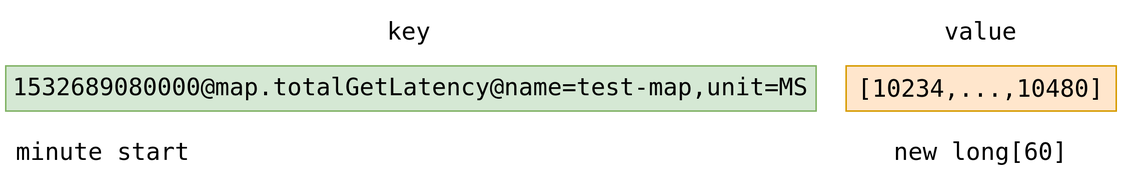
puzpuzpuz/talks keeps this draw.io diagram as 2020-en-embedded-time-series-storage/slides/images/bucketed-key-value-layout.png. Above is the earlier version. Source tidied: cells renumbered, new cells last; positions are measured from the earlier drawing's top-left corner, leaving out a move shared by most shapes. The source it was exported from:
```xml
<mxGraphModel>
  <root>
    <mxCell id="0" />
    <mxCell id="1" parent="0" />
    <mxCell id="2" value="&lt;div style=&quot;line-height: 22px&quot;&gt;&lt;div&gt;&lt;span style=&quot;font-size: 16px&quot;&gt;&lt;font face=&quot;droid sans mono, monospace, monospace, droid sans fallback&quot;&gt;1532689080000&lt;/font&gt;&lt;/span&gt;&lt;span style=&quot;font-family: &amp;#34;droid sans mono&amp;#34; , monospace , monospace , &amp;#34;droid sans fallback&amp;#34; ; font-size: 16px ; font-weight: normal&quot;&gt;@&lt;/span&gt;&lt;span style=&quot;font-family: &amp;#34;droid sans mono&amp;#34; , monospace , monospace , &amp;#34;droid sans fallback&amp;#34; ; font-size: 16px ; font-weight: normal&quot;&gt;map.totalGetLatency@&lt;/span&gt;&lt;span style=&quot;font-family: &amp;#34;droid sans mono&amp;#34; , monospace , monospace , &amp;#34;droid sans fallback&amp;#34; ; font-size: 16px ; font-weight: normal&quot;&gt;name=test-map,unit=MS&lt;/span&gt;&lt;/div&gt;&lt;/div&gt;" style="text;whiteSpace=wrap;html=1;align=center;fillColor=#d5e8d4;strokeColor=#82b366;verticalAlign=middle;" parent="1" vertex="1">
      <mxGeometry y="40" width="540" height="30" as="geometry" />
    </mxCell>
    <mxCell id="3" value="&lt;font face=&quot;droid sans mono, monospace, monospace, droid sans fallback&quot;&gt;&lt;span style=&quot;font-size: 16px&quot;&gt;[10234,...,10480]&lt;/span&gt;&lt;/font&gt;" style="text;align=center;fillColor=#ffe6cc;strokeColor=#d79b00;verticalAlign=middle;whiteSpace=wrap;html=1;fontSize=12;" parent="1" vertex="1">
      <mxGeometry x="560" y="40" width="180" height="30" as="geometry" />
    </mxCell>
    <mxCell id="4" value="&lt;div style=&quot;font-family: &amp;#34;droid sans mono&amp;#34; , monospace , monospace , &amp;#34;droid sans fallback&amp;#34; ; font-weight: normal ; font-size: 16px ; line-height: 22px&quot;&gt;&lt;div&gt;&lt;span&gt;key&lt;/span&gt;&lt;/div&gt;&lt;/div&gt;" style="text;whiteSpace=wrap;html=1;align=center;" parent="1" vertex="1">
      <mxGeometry width="538" height="40" as="geometry" />
    </mxCell>
    <mxCell id="5" value="&lt;div style=&quot;font-family: &amp;#34;droid sans mono&amp;#34; , monospace , monospace , &amp;#34;droid sans fallback&amp;#34; ; font-weight: normal ; font-size: 16px ; line-height: 22px&quot;&gt;&lt;div&gt;&lt;span&gt;value&lt;/span&gt;&lt;/div&gt;&lt;/div&gt;" style="text;whiteSpace=wrap;html=1;align=center;" parent="1" vertex="1">
      <mxGeometry x="560" width="180" height="40" as="geometry" />
    </mxCell>
    <mxCell id="6" value="&lt;div style=&quot;font-family: &amp;#34;droid sans mono&amp;#34; , monospace , monospace , &amp;#34;droid sans fallback&amp;#34; ; font-weight: normal ; font-size: 16px ; line-height: 22px&quot;&gt;&lt;div&gt;&lt;span&gt;minute start&lt;/span&gt;&lt;/div&gt;&lt;/div&gt;" style="text;whiteSpace=wrap;html=1;align=center;" parent="1" vertex="1">
      <mxGeometry y="80" width="130" height="40" as="geometry" />
    </mxCell>
    <mxCell id="7" value="&lt;div style=&quot;font-family: &amp;#34;droid sans mono&amp;#34; , monospace , monospace , &amp;#34;droid sans fallback&amp;#34; ; font-weight: normal ; font-size: 16px ; line-height: 22px&quot;&gt;&lt;div&gt;&lt;span&gt;new long[60]&lt;/span&gt;&lt;/div&gt;&lt;/div&gt;" style="text;whiteSpace=wrap;html=1;align=center;" parent="1" vertex="1">
      <mxGeometry x="560" y="80" width="180" height="40" as="geometry" />
    </mxCell>
  </root>
</mxGraphModel>
```
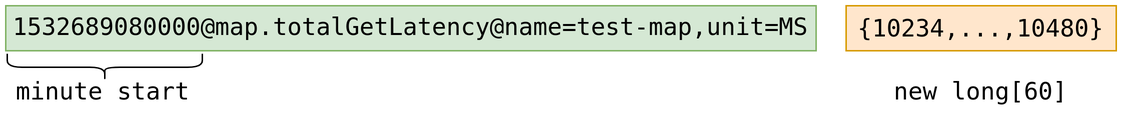
After the commit.

Change to the diagram source:
```diff
@@ -3,22 +3,19 @@
     <mxCell id="0" />
     <mxCell id="1" parent="0" />
     <mxCell id="2" value="&lt;div style=&quot;line-height: 22px&quot;&gt;&lt;div&gt;&lt;span style=&quot;font-size: 16px&quot;&gt;&lt;font face=&quot;droid sans mono, monospace, monospace, droid sans fallback&quot;&gt;1532689080000&lt;/font&gt;&lt;/span&gt;&lt;span style=&quot;font-family: &amp;#34;droid sans mono&amp;#34; , monospace , monospace , &amp;#34;droid sans fallback&amp;#34; ; font-size: 16px ; font-weight: normal&quot;&gt;@&lt;/span&gt;&lt;span style=&quot;font-family: &amp;#34;droid sans mono&amp;#34; , monospace , monospace , &amp;#34;droid sans fallback&amp;#34; ; font-size: 16px ; font-weight: normal&quot;&gt;map.totalGetLatency@&lt;/span&gt;&lt;span style=&quot;font-family: &amp;#34;droid sans mono&amp;#34; , monospace , monospace , &amp;#34;droid sans fallback&amp;#34; ; font-size: 16px ; font-weight: normal&quot;&gt;name=test-map,unit=MS&lt;/span&gt;&lt;/div&gt;&lt;/div&gt;" style="text;whiteSpace=wrap;html=1;align=center;fillColor=#d5e8d4;strokeColor=#82b366;verticalAlign=middle;" parent="1" vertex="1">
-      <mxGeometry y="40" width="540" height="30" as="geometry" />
+      <mxGeometry x="-35" y="-430" width="540" height="30" as="geometry" />
     </mxCell>
-    <mxCell id="3" value="&lt;font face=&quot;droid sans mono, monospace, monospace, droid sans fallback&quot;&gt;&lt;span style=&quot;font-size: 16px&quot;&gt;[10234,...,10480]&lt;/span&gt;&lt;/font&gt;" style="text;align=center;fillColor=#ffe6cc;strokeColor=#d79b00;verticalAlign=middle;whiteSpace=wrap;html=1;fontSize=12;" parent="1" vertex="1">
-      <mxGeometry x="560" y="40" width="180" height="30" as="geometry" />
+    <mxCell id="3" value="&lt;font face=&quot;droid sans mono, monospace, monospace, droid sans fallback&quot;&gt;&lt;span style=&quot;font-size: 16px&quot;&gt;{10234,...,10480}&lt;/span&gt;&lt;/font&gt;" style="text;align=center;fillColor=#ffe6cc;strokeColor=#d79b00;verticalAlign=middle;whiteSpace=wrap;html=1;fontSize=12;" parent="1" vertex="1">
+      <mxGeometry x="525" y="-430" width="180" height="30" as="geometry" />
     </mxCell>
-    <mxCell id="4" value="&lt;div style=&quot;font-family: &amp;#34;droid sans mono&amp;#34; , monospace , monospace , &amp;#34;droid sans fallback&amp;#34; ; font-weight: normal ; font-size: 16px ; line-height: 22px&quot;&gt;&lt;div&gt;&lt;span&gt;key&lt;/span&gt;&lt;/div&gt;&lt;/div&gt;" style="text;whiteSpace=wrap;html=1;align=center;" parent="1" vertex="1">
-      <mxGeometry width="538" height="40" as="geometry" />
+    <mxCell id="4" value="&lt;div style=&quot;font-family: &amp;#34;droid sans mono&amp;#34; , monospace , monospace , &amp;#34;droid sans fallback&amp;#34; ; font-weight: normal ; font-size: 16px ; line-height: 22px&quot;&gt;&lt;div&gt;&lt;span&gt;minute start&lt;/span&gt;&lt;/div&gt;&lt;/div&gt;" style="text;whiteSpace=wrap;html=1;align=center;" parent="1" vertex="1">
+      <mxGeometry x="-35" y="-390" width="130" height="40" as="geometry" />
     </mxCell>
-    <mxCell id="5" value="&lt;div style=&quot;font-family: &amp;#34;droid sans mono&amp;#34; , monospace , monospace , &amp;#34;droid sans fallback&amp;#34; ; font-weight: normal ; font-size: 16px ; line-height: 22px&quot;&gt;&lt;div&gt;&lt;span&gt;value&lt;/span&gt;&lt;/div&gt;&lt;/div&gt;" style="text;whiteSpace=wrap;html=1;align=center;" parent="1" vertex="1">
-      <mxGeometry x="560" width="180" height="40" as="geometry" />
+    <mxCell id="5" value="&lt;div style=&quot;font-family: &amp;#34;droid sans mono&amp;#34; , monospace , monospace , &amp;#34;droid sans fallback&amp;#34; ; font-weight: normal ; font-size: 16px ; line-height: 22px&quot;&gt;&lt;div&gt;&lt;span&gt;new long[60]&lt;/span&gt;&lt;/div&gt;&lt;/div&gt;" style="text;whiteSpace=wrap;html=1;align=center;" parent="1" vertex="1">
+      <mxGeometry x="525" y="-390" width="180" height="40" as="geometry" />
     </mxCell>
-    <mxCell id="6" value="&lt;div style=&quot;font-family: &amp;#34;droid sans mono&amp;#34; , monospace , monospace , &amp;#34;droid sans fallback&amp;#34; ; font-weight: normal ; font-size: 16px ; line-height: 22px&quot;&gt;&lt;div&gt;&lt;span&gt;minute start&lt;/span&gt;&lt;/div&gt;&lt;/div&gt;" style="text;whiteSpace=wrap;html=1;align=center;" parent="1" vertex="1">
-      <mxGeometry y="80" width="130" height="40" as="geometry" />
+    <mxCell id="6" style="shape=curlyBracket;whiteSpace=wrap;html=1;rounded=1;strokeColor=#000000;fillColor=none;fontSize=12;fontColor=#000000;direction=north;" parent="1" vertex="1">
+      <mxGeometry x="-34" y="-398" width="130" height="18" as="geometry" />
     </mxCell>
-    <mxCell id="7" value="&lt;div style=&quot;font-family: &amp;#34;droid sans mono&amp;#34; , monospace , monospace , &amp;#34;droid sans fallback&amp;#34; ; font-weight: normal ; font-size: 16px ; line-height: 22px&quot;&gt;&lt;div&gt;&lt;span&gt;new long[60]&lt;/span&gt;&lt;/div&gt;&lt;/div&gt;" style="text;whiteSpace=wrap;html=1;align=center;" parent="1" vertex="1">
-      <mxGeometry x="560" y="80" width="180" height="40" as="geometry" />
-    </mxCell>
   </root>
 </mxGraphModel>
```
